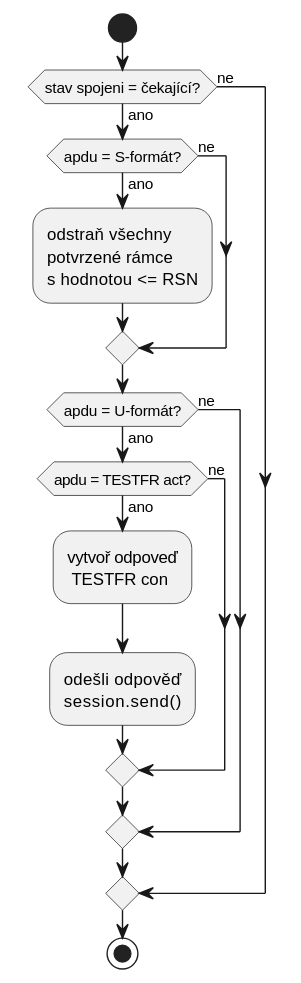
Above: IEC104_SERVER/IEC104_v7/diagramy/handle_apdu_state3.svg in SlavekRylich/IEC104 (PlantUML), before the change.
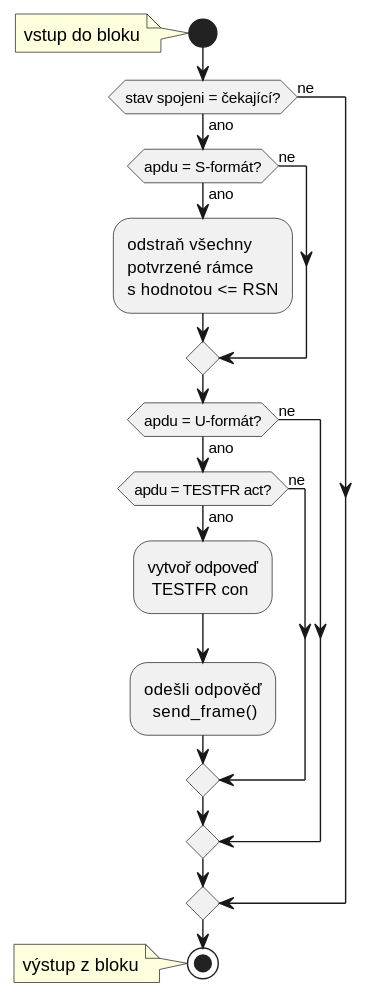
The same file after the commit.

Diff of the diagram source:
```diff
@@ -1,5 +1,6 @@
 @startuml
 start
+note: vstup do bloku
 if (stav spojeni = čekající?) then (ano)
  if (apdu = S-formát?) then (ano)
             :odstraň všechny \npotvrzené rámce \ns hodnotou <= RSN;
@@ -8,7 +9,7 @@
       if (apdu = U-formát?) then (ano)
               if (apdu = TESTFR act?) then (ano)
                 :vytvoř odpoveď\n TESTFR con;
-                :odešli odpověď\nsession.send();
+                :odešli odpověď\n  send_frame();
               else (ne)
               endif
           else (ne)
@@ -16,4 +17,5 @@
 else (ne)
 endif
 stop
+note : výstup z bloku
 @enduml
```
